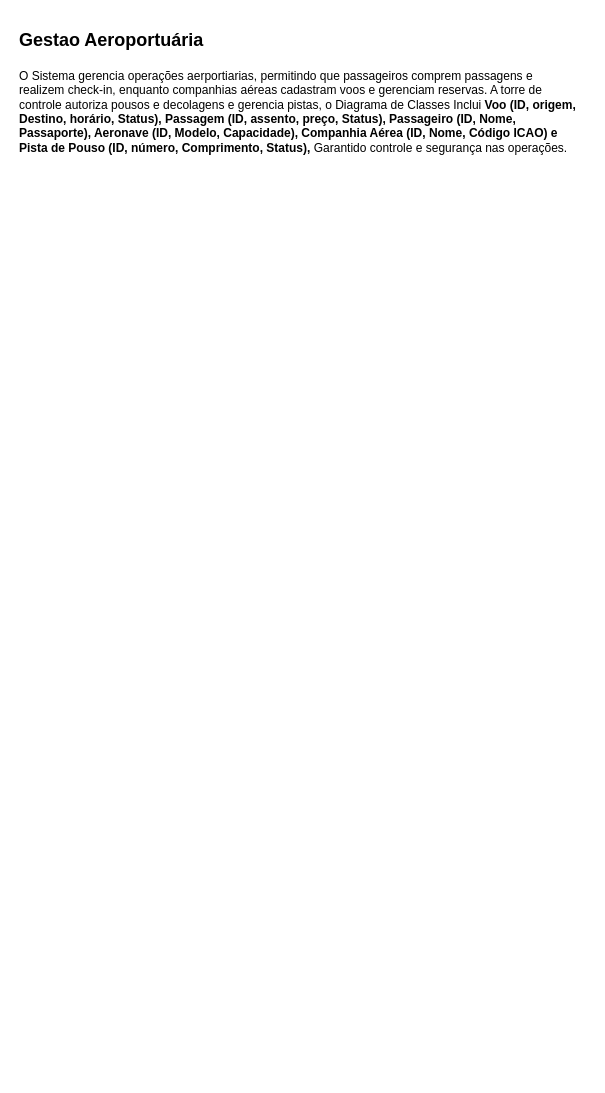
This is Sistema de Gestão de Aeroportuário.drawio from LordKz/DiagramasDeRequisitos, a draw.io file, before an edit. Source tidied: cells renumbered, new cells numbered last; positions are measured from the earlier drawing's top-left corner, leaving out a move shared by most shapes. Both pictures are drawn from the tidied source at 100%, with x=0, y=0 at pixel (17, 17).
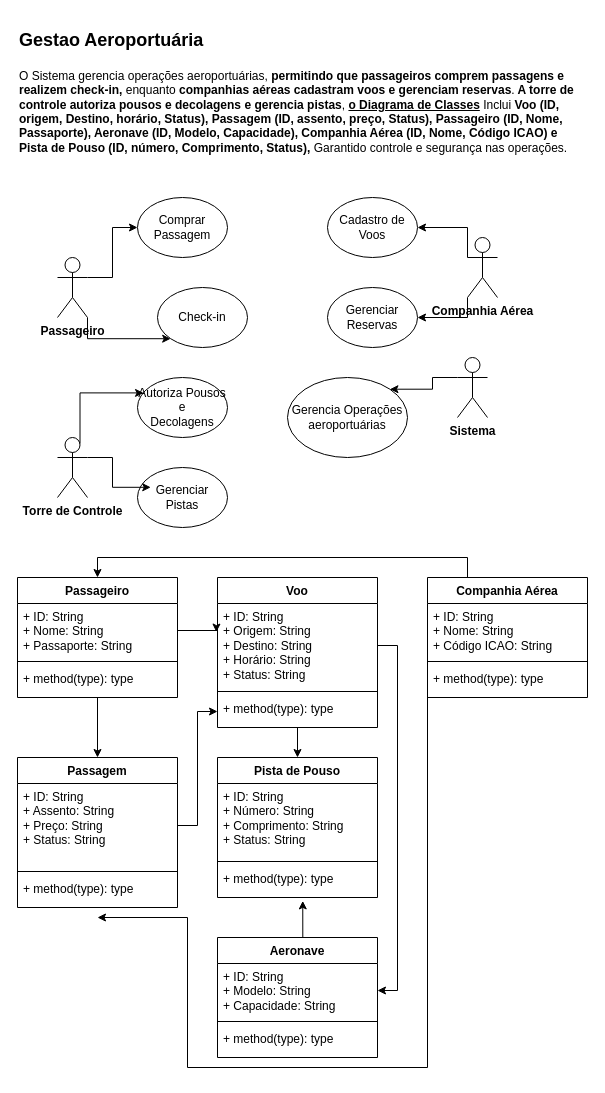
After the change.

Change to the diagram source:
```diff
@@
-    <mxCell id="2" value="&lt;h1 style=&quot;margin-top: 0px;&quot;&gt;&lt;font style=&quot;font-size: 18px;&quot;&gt;Gestao Aeroportuária&lt;/font&gt;&lt;/h1&gt;&lt;p&gt;O Sistema gerencia operações aerportiarias, permitindo que passageiros comprem passagens e realizem check-in, enquanto companhias aéreas cadastram voos e gerenciam reservas. A torre de controle autoriza pousos e decolagens e gerencia pistas, o Diagrama de Classes Inclui &lt;b&gt;Voo (ID, origem, Destino, horário, Status), Passagem (ID, assento, preço, Status), Passageiro (ID, Nome, Passaporte), Aeronave (ID, Modelo, Capacidade), Companhia Aérea (ID, Nome, Código ICAO) e Pista de Pouso (ID, número, Comprimento, Status), &lt;/b&gt;Garantido controle e segurança nas operações.&lt;/p&gt;" style="text;html=1;whiteSpace=wrap;overflow=hidden;rounded=0;" parent="1" vertex="1">
-      <mxGeometry width="560" height="230" as="geometry" />
+    <mxCell id="2" value="&lt;h1 style=&quot;margin-top: 0px;&quot;&gt;&lt;font style=&quot;font-size: 18px;&quot;&gt;Gestao Aeroportuária&lt;/font&gt;&lt;/h1&gt;&lt;p&gt;O Sistema gerencia operações aeroportuárias, &lt;b&gt;permitindo que passageiros comprem passagens e realizem check-in,&lt;/b&gt; enquanto &lt;b&gt;companhias aéreas cadastram voos e gerenciam reservas&lt;/b&gt;.&lt;b&gt; A torre de controle autoriza pousos e decolagens e gerencia pistas&lt;/b&gt;, &lt;u&gt;&lt;b&gt;o Diagrama de Classes&lt;/b&gt;&lt;/u&gt; Inclui &lt;b&gt;Voo (ID, origem, Destino, horário, Status), Passagem (ID, assento, preço, Status), Passageiro (ID, Nome, Passaporte), Aeronave (ID, Modelo, Capacidade), Companhia Aérea (ID, Nome, Código ICAO) e Pista de Pouso (ID, número, Comprimento, Status), &lt;/b&gt;Garantido controle e segurança nas operações.&lt;/p&gt;" style="text;html=1;whiteSpace=wrap;overflow=hidden;rounded=0;" parent="1" vertex="1">
+      <mxGeometry width="560" height="160" as="geometry" />
     </mxCell>
+    <mxCell id="3" style="edgeStyle=orthogonalEdgeStyle;rounded=0;jettySize=auto;html=1;exitX=1;exitY=0.3333333333333333;exitDx=0;exitDy=0;exitPerimeter=0;entryX=0;entryY=0.5;entryDx=0;entryDy=0;" parent="1" edge="1" source="5" target="6">
+      <mxGeometry relative="1" as="geometry" />
+    </mxCell>
+    <mxCell id="4" style="edgeStyle=orthogonalEdgeStyle;rounded=0;jettySize=auto;html=1;exitX=1;exitY=1;exitDx=0;exitDy=0;exitPerimeter=0;entryX=0;entryY=1;entryDx=0;entryDy=0;" parent="1" edge="1" source="5" target="7">
+      <mxGeometry relative="1" as="geometry" />
+    </mxCell>
+    <mxCell id="5" value="&lt;b&gt;Passageiro&lt;/b&gt;" style="shape=umlActor;verticalLabelPosition=bottom;verticalAlign=top;html=1;outlineConnect=0;" parent="1" vertex="1">
+      <mxGeometry x="40" y="240" width="30" height="60" as="geometry" />
+    </mxCell>
+    <mxCell id="6" value="Comprar&lt;div&gt;Passagem&lt;/div&gt;" style="ellipse;whiteSpace=wrap;html=1;" parent="1" vertex="1">
+      <mxGeometry x="120" y="180" width="90" height="60" as="geometry" />
+    </mxCell>
+    <mxCell id="7" value="Check-in" style="ellipse;whiteSpace=wrap;html=1;" parent="1" vertex="1">
+      <mxGeometry x="140" y="270" width="90" height="60" as="geometry" />
+    </mxCell>
+    <mxCell id="8" style="edgeStyle=orthogonalEdgeStyle;rounded=0;jettySize=auto;html=1;exitX=0;exitY=0.3333333333333333;exitDx=0;exitDy=0;exitPerimeter=0;entryX=1;entryY=0.5;entryDx=0;entryDy=0;" parent="1" edge="1" source="10" target="11">
+      <mxGeometry relative="1" as="geometry">
+        <Array as="points">
+          <mxPoint x="450" y="210" />
+        </Array>
+      </mxGeometry>
+    </mxCell>
+    <mxCell id="9" style="edgeStyle=orthogonalEdgeStyle;rounded=0;jettySize=auto;html=1;exitX=0;exitY=1;exitDx=0;exitDy=0;exitPerimeter=0;entryX=1;entryY=0.5;entryDx=0;entryDy=0;" parent="1" edge="1" source="10" target="12">
+      <mxGeometry relative="1" as="geometry" />
+    </mxCell>
+    <mxCell id="10" value="&lt;b&gt;Companhia Aérea&lt;/b&gt;" style="shape=umlActor;verticalLabelPosition=bottom;verticalAlign=top;html=1;outlineConnect=0;" parent="1" vertex="1">
+      <mxGeometry x="450" y="220" width="30" height="60" as="geometry" />
+    </mxCell>
+    <mxCell id="11" value="Cadastro de Voos" style="ellipse;whiteSpace=wrap;html=1;" parent="1" vertex="1">
+      <mxGeometry x="310" y="180" width="90" height="60" as="geometry" />
+    </mxCell>
+    <mxCell id="12" value="Gerenciar Reservas" style="ellipse;whiteSpace=wrap;html=1;" parent="1" vertex="1">
+      <mxGeometry x="310" y="270" width="90" height="60" as="geometry" />
+    </mxCell>
+    <mxCell id="13" value="&lt;b&gt;Torre de Controle&lt;/b&gt;" style="shape=umlActor;verticalLabelPosition=bottom;verticalAlign=top;html=1;outlineConnect=0;" parent="1" vertex="1">
+      <mxGeometry x="40" y="420" width="30" height="60" as="geometry" />
+    </mxCell>
+    <mxCell id="14" value="Autoriza Pousos&lt;div&gt;e&lt;/div&gt;&lt;div&gt;Decolagens&lt;/div&gt;" style="ellipse;whiteSpace=wrap;html=1;" parent="1" vertex="1">
+      <mxGeometry x="120" y="360" width="90" height="60" as="geometry" />
+    </mxCell>
+    <mxCell id="15" value="Gerenciar Pistas" style="ellipse;whiteSpace=wrap;html=1;" parent="1" vertex="1">
+      <mxGeometry x="120" y="450" width="90" height="60" as="geometry" />
+    </mxCell>
+    <mxCell id="16" style="edgeStyle=orthogonalEdgeStyle;rounded=0;jettySize=auto;html=1;exitX=0.75;exitY=0.1;exitDx=0;exitDy=0;exitPerimeter=0;entryX=0.067;entryY=0.257;entryDx=0;entryDy=0;entryPerimeter=0;" parent="1" edge="1" source="13" target="14">
+      <mxGeometry relative="1" as="geometry">
+        <Array as="points">
+          <mxPoint x="63" y="375" />
+        </Array>
+      </mxGeometry>
+    </mxCell>
+    <mxCell id="17" style="edgeStyle=orthogonalEdgeStyle;rounded=0;jettySize=auto;html=1;exitX=1;exitY=0.3333333333333333;exitDx=0;exitDy=0;exitPerimeter=0;entryX=0.147;entryY=0.33;entryDx=0;entryDy=0;entryPerimeter=0;" parent="1" edge="1" source="13" target="15">
+      <mxGeometry relative="1" as="geometry" />
+    </mxCell>
+    <mxCell id="18" style="edgeStyle=orthogonalEdgeStyle;rounded=0;jettySize=auto;html=1;exitX=0.5;exitY=1;exitDx=0;exitDy=0;entryX=0.5;entryY=0;entryDx=0;entryDy=0;" parent="1" edge="1" source="19" target="41">
+      <mxGeometry relative="1" as="geometry" />
+    </mxCell>
+    <mxCell id="19" value="Voo" style="swimlane;fontStyle=1;align=center;verticalAlign=top;horizontal=1;startSize=26;whiteSpace=wrap;html=1;" parent="1" vertex="1">
+      <mxGeometry x="200" y="560" width="160" height="150" as="geometry" />
+    </mxCell>
+    <mxCell id="20" value="+ ID: String&lt;div&gt;+ Origem: String&lt;/div&gt;&lt;div&gt;+ Destino: String&lt;/div&gt;&lt;div&gt;+ Horário: String&lt;/div&gt;&lt;div&gt;+ Status: String&lt;/div&gt;" style="text;strokeColor=none;fillColor=none;align=left;verticalAlign=top;spacingLeft=4;spacingRight=4;overflow=hidden;points=[[0,0.5],[1,0.5]];portConstraint=eastwest;whiteSpace=wrap;html=1;" parent="19" vertex="1">
+      <mxGeometry y="26" width="160" height="84" as="geometry" />
+    </mxCell>
+    <mxCell id="21" style="line;strokeWidth=1;fillColor=none;align=left;verticalAlign=middle;spacingTop=-1;spacingLeft=3;spacingRight=3;labelPosition=right;strokeColor=inherit;" parent="19" vertex="1">
+      <mxGeometry y="110" width="160" height="8" as="geometry" />
+    </mxCell>
+    <mxCell id="22" value="+ method(type): type" style="text;strokeColor=none;fillColor=none;align=left;verticalAlign=top;spacingLeft=4;spacingRight=4;overflow=hidden;points=[[0,0.5],[1,0.5]];portConstraint=eastwest;whiteSpace=wrap;html=1;" parent="19" vertex="1">
+      <mxGeometry y="118" width="160" height="32" as="geometry" />
+    </mxCell>
+    <mxCell id="23" value="Passagem" style="swimlane;fontStyle=1;align=center;verticalAlign=top;horizontal=1;startSize=26;whiteSpace=wrap;html=1;" parent="1" vertex="1">
+      <mxGeometry y="740" width="160" height="150" as="geometry" />
+    </mxCell>
+    <mxCell id="24" value="+ ID: String&lt;div&gt;+ Assento: String&lt;/div&gt;&lt;div&gt;+ Preço: String&lt;/div&gt;&lt;div&gt;+ Status: String&lt;/div&gt;" style="text;strokeColor=none;fillColor=none;align=left;verticalAlign=top;spacingLeft=4;spacingRight=4;overflow=hidden;points=[[0,0.5],[1,0.5]];portConstraint=eastwest;whiteSpace=wrap;html=1;" parent="23" vertex="1">
+      <mxGeometry y="26" width="160" height="84" as="geometry" />
+    </mxCell>
+    <mxCell id="25" style="line;strokeWidth=1;fillColor=none;align=left;verticalAlign=middle;spacingTop=-1;spacingLeft=3;spacingRight=3;labelPosition=right;strokeColor=inherit;" parent="23" vertex="1">
+      <mxGeometry y="110" width="160" height="8" as="geometry" />
+    </mxCell>
+    <mxCell id="26" value="+ method(type): type" style="text;strokeColor=none;fillColor=none;align=left;verticalAlign=top;spacingLeft=4;spacingRight=4;overflow=hidden;points=[[0,0.5],[1,0.5]];portConstraint=eastwest;whiteSpace=wrap;html=1;" parent="23" vertex="1">
+      <mxGeometry y="118" width="160" height="32" as="geometry" />
+    </mxCell>
+    <mxCell id="27" value="Aeronave" style="swimlane;fontStyle=1;align=center;verticalAlign=top;horizontal=1;startSize=26;whiteSpace=wrap;html=1;" parent="1" vertex="1">
+      <mxGeometry x="200" y="920" width="160" height="120" as="geometry" />
+    </mxCell>
+    <mxCell id="28" value="+ ID: String&lt;div&gt;+ Modelo: String&lt;/div&gt;&lt;div&gt;+ Capacidade: String&lt;/div&gt;" style="text;strokeColor=none;fillColor=none;align=left;verticalAlign=top;spacingLeft=4;spacingRight=4;overflow=hidden;points=[[0,0.5],[1,0.5]];portConstraint=eastwest;whiteSpace=wrap;html=1;" parent="27" vertex="1">
+      <mxGeometry y="26" width="160" height="54" as="geometry" />
+    </mxCell>
+    <mxCell id="29" style="line;strokeWidth=1;fillColor=none;align=left;verticalAlign=middle;spacingTop=-1;spacingLeft=3;spacingRight=3;labelPosition=right;strokeColor=inherit;" parent="27" vertex="1">
+      <mxGeometry y="80" width="160" height="8" as="geometry" />
+    </mxCell>
+    <mxCell id="30" value="+ method(type): type" style="text;strokeColor=none;fillColor=none;align=left;verticalAlign=top;spacingLeft=4;spacingRight=4;overflow=hidden;whiteSpace=wrap;html=1;" parent="27" vertex="1">
+      <mxGeometry y="88" width="160" height="32" as="geometry" />
+    </mxCell>
+    <mxCell id="31" style="edgeStyle=orthogonalEdgeStyle;rounded=0;jettySize=auto;html=1;exitX=0.5;exitY=1;exitDx=0;exitDy=0;entryX=0.5;entryY=0;entryDx=0;entryDy=0;" parent="1" edge="1" source="32" target="23">
+      <mxGeometry relative="1" as="geometry" />
+    </mxCell>
+    <mxCell id="32" value="Passageiro" style="swimlane;fontStyle=1;align=center;verticalAlign=top;horizontal=1;startSize=26;whiteSpace=wrap;html=1;" parent="1" vertex="1">
+      <mxGeometry y="560" width="160" height="120" as="geometry" />
+    </mxCell>
+    <mxCell id="33" value="+ ID: String&lt;div&gt;+ Nome: String&lt;/div&gt;&lt;div&gt;+ Passaporte: String&lt;/div&gt;" style="text;strokeColor=none;fillColor=none;align=left;verticalAlign=top;spacingLeft=4;spacingRight=4;overflow=hidden;points=[[0,0.5],[1,0.5]];portConstraint=eastwest;whiteSpace=wrap;html=1;" parent="32" vertex="1">
+      <mxGeometry y="26" width="160" height="54" as="geometry" />
+    </mxCell>
+    <mxCell id="34" style="line;strokeWidth=1;fillColor=none;align=left;verticalAlign=middle;spacingTop=-1;spacingLeft=3;spacingRight=3;labelPosition=right;strokeColor=inherit;" parent="32" vertex="1">
+      <mxGeometry y="80" width="160" height="8" as="geometry" />
+    </mxCell>
+    <mxCell id="35" value="+ method(type): type" style="text;strokeColor=none;fillColor=none;align=left;verticalAlign=top;spacingLeft=4;spacingRight=4;overflow=hidden;whiteSpace=wrap;html=1;" parent="32" vertex="1">
+      <mxGeometry y="88" width="160" height="32" as="geometry" />
+    </mxCell>
+    <mxCell id="36" style="edgeStyle=orthogonalEdgeStyle;rounded=0;jettySize=auto;html=1;exitX=0.25;exitY=0;exitDx=0;exitDy=0;entryX=0.5;entryY=0;entryDx=0;entryDy=0;" parent="1" edge="1" source="37" target="32">
+      <mxGeometry relative="1" as="geometry" />
+    </mxCell>
+    <mxCell id="37" value="Companhia Aérea" style="swimlane;fontStyle=1;align=center;verticalAlign=top;horizontal=1;startSize=26;whiteSpace=wrap;html=1;" parent="1" vertex="1">
+      <mxGeometry x="410" y="560" width="160" height="120" as="geometry" />
+    </mxCell>
+    <mxCell id="38" value="+ ID: String&lt;div&gt;+ Nome: String&lt;/div&gt;&lt;div&gt;+ Código ICAO: String&lt;/div&gt;" style="text;strokeColor=none;fillColor=none;align=left;verticalAlign=top;spacingLeft=4;spacingRight=4;overflow=hidden;points=[[0,0.5],[1,0.5]];portConstraint=eastwest;whiteSpace=wrap;html=1;" parent="37" vertex="1">
+      <mxGeometry y="26" width="160" height="54" as="geometry" />
+    </mxCell>
+    <mxCell id="39" style="line;strokeWidth=1;fillColor=none;align=left;verticalAlign=middle;spacingTop=-1;spacingLeft=3;spacingRight=3;labelPosition=right;strokeColor=inherit;" parent="37" vertex="1">
+      <mxGeometry y="80" width="160" height="8" as="geometry" />
+    </mxCell>
+    <mxCell id="40" value="+ method(type): type" style="text;strokeColor=none;fillColor=none;align=left;verticalAlign=top;spacingLeft=4;spacingRight=4;overflow=hidden;whiteSpace=wrap;html=1;" parent="37" vertex="1">
+      <mxGeometry y="88" width="160" height="32" as="geometry" />
+    </mxCell>
+    <mxCell id="41" value="Pista de Pouso" style="swimlane;fontStyle=1;align=center;verticalAlign=top;horizontal=1;startSize=26;whiteSpace=wrap;html=1;" parent="1" vertex="1">
+      <mxGeometry x="200" y="740" width="160" height="140" as="geometry" />
+    </mxCell>
+    <mxCell id="42" value="+ ID: String&lt;div&gt;+ Número: String&lt;/div&gt;&lt;div&gt;+ Comprimento&lt;span style=&quot;background-color: transparent; color: light-dark(rgb(0, 0, 0), rgb(255, 255, 255));&quot;&gt;: String&lt;/span&gt;&lt;/div&gt;&lt;div&gt;&lt;span style=&quot;background-color: transparent; color: light-dark(rgb(0, 0, 0), rgb(255, 255, 255));&quot;&gt;+ Status: String&lt;/span&gt;&lt;/div&gt;" style="text;strokeColor=none;fillColor=none;align=left;verticalAlign=top;spacingLeft=4;spacingRight=4;overflow=hidden;whiteSpace=wrap;html=1;" parent="41" vertex="1">
+      <mxGeometry y="26" width="160" height="74" as="geometry" />
+    </mxCell>
+    <mxCell id="43" style="line;strokeWidth=1;fillColor=none;align=left;verticalAlign=middle;spacingTop=-1;spacingLeft=3;spacingRight=3;labelPosition=right;strokeColor=inherit;" parent="41" vertex="1">
+      <mxGeometry y="100" width="160" height="8" as="geometry" />
+    </mxCell>
+    <mxCell id="44" value="+ method(type): type" style="text;strokeColor=none;fillColor=none;align=left;verticalAlign=top;spacingLeft=4;spacingRight=4;overflow=hidden;points=[[0,0.5],[1,0.5]];portConstraint=eastwest;whiteSpace=wrap;html=1;" parent="41" vertex="1">
+      <mxGeometry y="108" width="160" height="32" as="geometry" />
+    </mxCell>
+    <mxCell id="45" style="edgeStyle=orthogonalEdgeStyle;rounded=0;jettySize=auto;html=1;exitX=1;exitY=0.5;exitDx=0;exitDy=0;entryX=-0.007;entryY=0.34;entryDx=0;entryDy=0;entryPerimeter=0;" parent="1" edge="1" source="33" target="20">
+      <mxGeometry relative="1" as="geometry" />
+    </mxCell>
+    <mxCell id="46" style="edgeStyle=orthogonalEdgeStyle;rounded=0;jettySize=auto;html=1;exitX=0.5;exitY=0;exitDx=0;exitDy=0;entryX=0.533;entryY=1.106;entryDx=0;entryDy=0;entryPerimeter=0;" parent="1" edge="1" source="27" target="44">
+      <mxGeometry relative="1" as="geometry" />
+    </mxCell>
+    <mxCell id="47" style="edgeStyle=orthogonalEdgeStyle;rounded=0;jettySize=auto;html=1;exitX=1;exitY=0.5;exitDx=0;exitDy=0;entryX=0;entryY=0.5;entryDx=0;entryDy=0;" parent="1" edge="1" source="24" target="22">
+      <mxGeometry relative="1" as="geometry" />
+    </mxCell>
+    <mxCell id="48" style="edgeStyle=orthogonalEdgeStyle;rounded=0;jettySize=auto;html=1;exitX=1;exitY=0.5;exitDx=0;exitDy=0;entryX=1;entryY=0.5;entryDx=0;entryDy=0;" parent="1" edge="1" source="20" target="28">
+      <mxGeometry relative="1" as="geometry" />
+    </mxCell>
+    <mxCell id="49" style="edgeStyle=orthogonalEdgeStyle;rounded=0;jettySize=auto;html=1;exitX=0;exitY=0.5;exitDx=0;exitDy=0;entryX=0.5;entryY=1.313;entryDx=0;entryDy=0;entryPerimeter=0;" parent="1" edge="1" source="38" target="26">
+      <mxGeometry relative="1" as="geometry">
+        <Array as="points">
+          <mxPoint x="410" y="1050" />
+          <mxPoint x="170" y="1050" />
+          <mxPoint x="170" y="900" />
+        </Array>
+      </mxGeometry>
+    </mxCell>
+    <mxCell id="50" style="edgeStyle=orthogonalEdgeStyle;rounded=0;jettySize=auto;html=1;exitX=0;exitY=0.3333333333333333;exitDx=0;exitDy=0;exitPerimeter=0;entryX=1;entryY=0;entryDx=0;entryDy=0;" parent="1" edge="1" source="51" target="52">
+      <mxGeometry relative="1" as="geometry" />
+    </mxCell>
+    <mxCell id="51" value="&lt;b&gt;Sistema&lt;/b&gt;" style="shape=umlActor;verticalLabelPosition=bottom;verticalAlign=top;html=1;outlineConnect=0;" parent="1" vertex="1">
+      <mxGeometry x="440" y="340" width="30" height="60" as="geometry" />
+    </mxCell>
+    <mxCell id="52" value="Gerencia Operações aeroportuárias" style="ellipse;whiteSpace=wrap;html=1;" parent="1" vertex="1">
+      <mxGeometry x="270" y="360" width="120" height="80" as="geometry" />
+    </mxCell>
```
